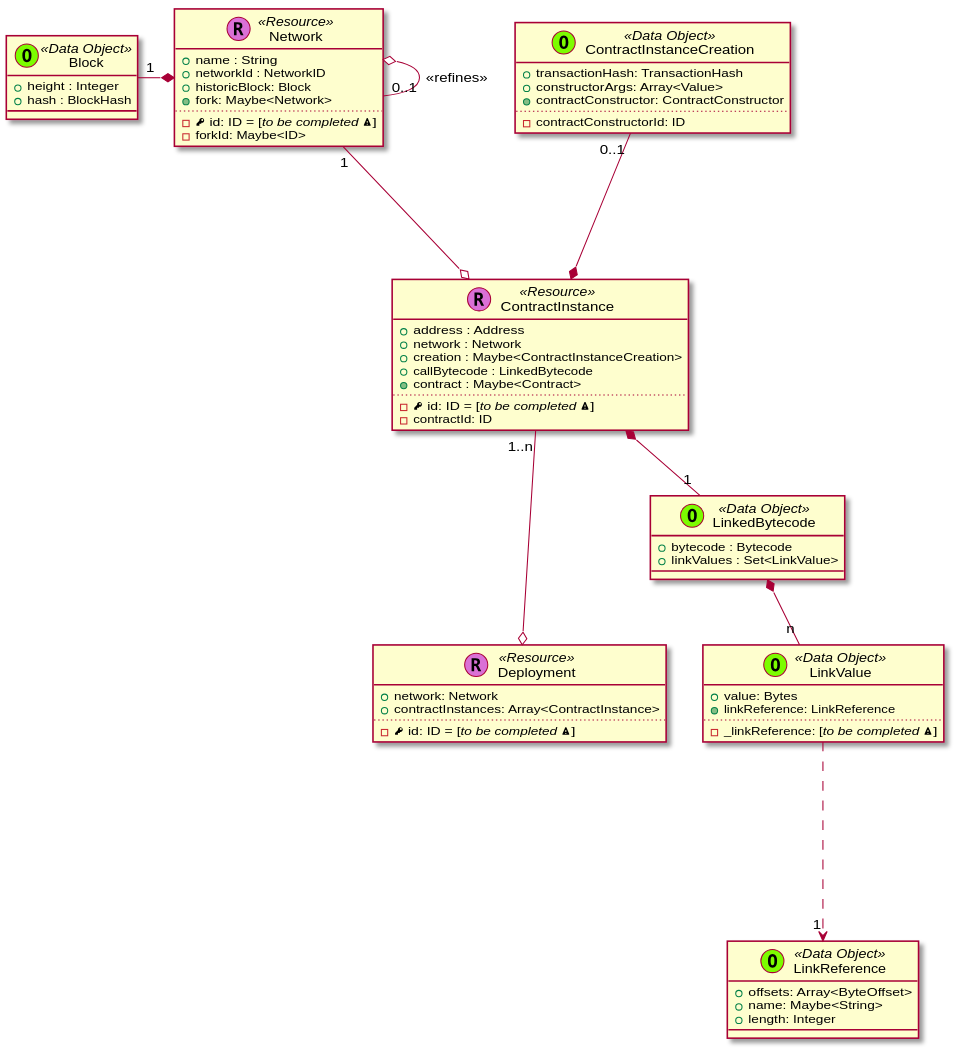
The PlantUML diagram contrib/trufflesuite/feat/data-model/deployment/_images/plantuml-4a5fd22b5e8fe51e67d7d35534497242f44d383e.svg in trufflesuite/artifact-updates, before a commit. Source of this version:
```plantuml
@startuml
scale 0.75


skinparam defaultMonospacedFontName Andale Mono






  class Deployment << (R,orchid) Resource >> {
    + network: Network
    + contractInstances: Array<ContractInstance>
    ..
    - {field} <&key> id: ID = [//to be completed <&warning>//]
  }

  ContractInstance "1..n" ---o Deployment


  class ContractInstance << (R,orchid) Resource >> {
    + address : Address
    + network : Network
    + creation : Maybe<ContractInstanceCreation>
    + callBytecode : LinkedBytecode
    + {method} contract : Maybe<Contract>
    ..
    - {field} <&key> id: ID = [//to be completed <&warning>//]
    - contractId: ID
  }

  ContractInstanceCreation "0..1" ---* ContractInstance









    class Network << (R,orchid) Resource >> {
      + name : String
      + networkId : NetworkID
      + historicBlock: Block
      + {method} fork: Maybe<Network>
      ..
      - {field} <&key> id: ID = [//to be completed <&warning>//]
      - forkId: Maybe<ID>
    }


      class Block << (O,lawngreen) Data Object >> {
        + height : Integer
        + hash : BlockHash
      }

      Network o-- "0..1" Network : <<refines>>
      Network *-left- "1" Block






    class LinkedBytecode << (O,lawngreen) Data Object >> {
      + bytecode : Bytecode
      + linkValues : Set<LinkValue>
    }


    class ContractInstanceCreation << (O,lawngreen) Data Object >> {
      + transactionHash: TransactionHash
      + constructorArgs: Array<Value>
      + {method} contractConstructor: ContractConstructor
      ..
      - contractConstructorId: ID
    }

    class LinkValue << (O,lawngreen) Data Object >> {
      + value: Bytes
      + {method} linkReference: LinkReference
      ..
      - _linkReference: [//to be completed <&warning>//]
    }

    class LinkReference << (O,lawngreen) Data Object >> {
      + offsets: Array<ByteOffset>
      + name: Maybe<String>
      + length: Integer
    }













  LinkedBytecode *-- "n" LinkValue


  LinkValue ....> "1" LinkReference



  Network "1" ---o ContractInstance


  ContractInstance *-- "1" LinkedBytecode











@enduml
```
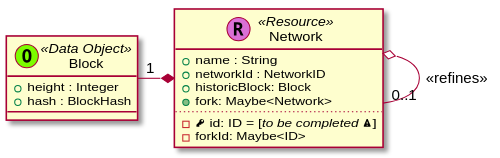
After the change.

Diff of the diagram source:
```diff
@@ -9,28 +9,6 @@
 
 
 
-  class Deployment << (R,orchid) Resource >> {
-    + network: Network
-    + contractInstances: Array<ContractInstance>
-    ..
-    - {field} <&key> id: ID = [//to be completed <&warning>//]
-  }
-
-  ContractInstance "1..n" ---o Deployment
-
-
-  class ContractInstance << (R,orchid) Resource >> {
-    + address : Address
-    + network : Network
-    + creation : Maybe<ContractInstanceCreation>
-    + callBytecode : LinkedBytecode
-    + {method} contract : Maybe<Contract>
-    ..
-    - {field} <&key> id: ID = [//to be completed <&warning>//]
-    - contractId: ID
-  }
-
-  ContractInstanceCreation "0..1" ---* ContractInstance
 
 
 
@@ -64,32 +42,6 @@
 
 
 
-    class LinkedBytecode << (O,lawngreen) Data Object >> {
-      + bytecode : Bytecode
-      + linkValues : Set<LinkValue>
-    }
-
-
-    class ContractInstanceCreation << (O,lawngreen) Data Object >> {
-      + transactionHash: TransactionHash
-      + constructorArgs: Array<Value>
-      + {method} contractConstructor: ContractConstructor
-      ..
-      - contractConstructorId: ID
-    }
-
-    class LinkValue << (O,lawngreen) Data Object >> {
-      + value: Bytes
-      + {method} linkReference: LinkReference
-      ..
-      - _linkReference: [//to be completed <&warning>//]
-    }
-
-    class LinkReference << (O,lawngreen) Data Object >> {
-      + offsets: Array<ByteOffset>
-      + name: Maybe<String>
-      + length: Integer
-    }
 
 
 
@@ -103,17 +55,16 @@
 
 
 
-  LinkedBytecode *-- "n" LinkValue
-
-
-  LinkValue ....> "1" LinkReference
 
 
 
-  Network "1" ---o ContractInstance
 
 
-  ContractInstance *-- "1" LinkedBytecode
+
+
+
+
+
 
 
 
```
